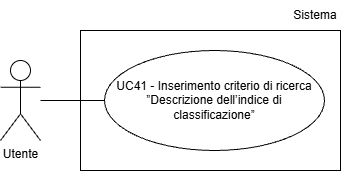
Above: assets/Use_Case_Diagrams/UC41.png in Team-Three-Technologies/Documenti (draw.io), before the change. Source tidied: cells renumbered, new cells last; positions are measured from the earlier drawing's top-left corner, leaving out a move shared by most shapes. Its diagram source:
```xml
<mxGraphModel>
  <root>
    <mxCell id="0" />
    <mxCell id="1" parent="0" />
    <mxCell id="2" value="Utente" style="shape=umlActor;verticalLabelPosition=bottom;verticalAlign=top;html=1;" parent="1" vertex="1">
      <mxGeometry y="60" width="40" height="80" as="geometry" />
    </mxCell>
    <mxCell id="3" value="&lt;div&gt;UC41 - Inserimento criterio di ricerca ”Descrizione dell’indice di classifi&lt;span style=&quot;background-color: transparent; color: light-dark(rgb(0, 0, 0), rgb(255, 255, 255));&quot;&gt;cazione”&lt;/span&gt;&lt;/div&gt;" style="ellipse;whiteSpace=wrap;html=1;align=center;" parent="1" vertex="1">
      <mxGeometry x="104" y="50" width="220" height="100" as="geometry" />
    </mxCell>
    <mxCell id="4" style="endArrow=none;html=1;rounded=0;entryX=0;entryY=0.5;entryDx=0;entryDy=0;" parent="1" edge="1" target="3">
      <mxGeometry relative="1" as="geometry">
        <mxPoint x="40" y="100" as="sourcePoint" />
      </mxGeometry>
    </mxCell>
    <mxCell id="5" style="rounded=0;whiteSpace=wrap;html=1;fillColor=none;" parent="1" vertex="1">
      <mxGeometry x="80" y="30" width="260" height="140" as="geometry" />
    </mxCell>
    <mxCell id="6" value="Sistema" style="text;html=1;whiteSpace=wrap;strokeColor=none;fillColor=none;align=center;verticalAlign=middle;rounded=0;" parent="1" vertex="1">
      <mxGeometry x="290" width="50" height="30" as="geometry" />
    </mxCell>
  </root>
</mxGraphModel>
```
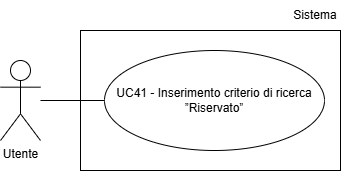
After the change.

Change to the diagram source:
```diff
@@ -5,14 +5,14 @@
     <mxCell id="2" value="Utente" style="shape=umlActor;verticalLabelPosition=bottom;verticalAlign=top;html=1;" parent="1" vertex="1">
       <mxGeometry y="60" width="40" height="80" as="geometry" />
     </mxCell>
-    <mxCell id="3" value="&lt;div&gt;UC41 - Inserimento criterio di ricerca ”Descrizione dell’indice di classifi&lt;span style=&quot;background-color: transparent; color: light-dark(rgb(0, 0, 0), rgb(255, 255, 255));&quot;&gt;cazione”&lt;/span&gt;&lt;/div&gt;" style="ellipse;whiteSpace=wrap;html=1;align=center;" parent="1" vertex="1">
-      <mxGeometry x="104" y="50" width="220" height="100" as="geometry" />
-    </mxCell>
-    <mxCell id="4" style="endArrow=none;html=1;rounded=0;entryX=0;entryY=0.5;entryDx=0;entryDy=0;" parent="1" edge="1" target="3">
-      <mxGeometry relative="1" as="geometry">
-        <mxPoint x="40" y="100" as="sourcePoint" />
-      </mxGeometry>
-    </mxCell>
+    <mxCell id="7" value="UC41 - Inserimento criterio di ricerca ”Riservato”" style="ellipse;whiteSpace=wrap;html=1;align=center;" parent="1" vertex="1">
+      <mxGeometry x="104" y="50" width="220" height="100" as="geometry" />
+    </mxCell>
+    <mxCell id="8" style="endArrow=none;html=1;rounded=0;entryX=0;entryY=0.5;entryDx=0;entryDy=0;" parent="1" edge="1" target="7">
+      <mxGeometry relative="1" as="geometry">
+        <mxPoint x="40" y="100" as="sourcePoint" />
+      </mxGeometry>
+    </mxCell>
     <mxCell id="5" style="rounded=0;whiteSpace=wrap;html=1;fillColor=none;" parent="1" vertex="1">
       <mxGeometry x="80" y="30" width="260" height="140" as="geometry" />
     </mxCell>
```
